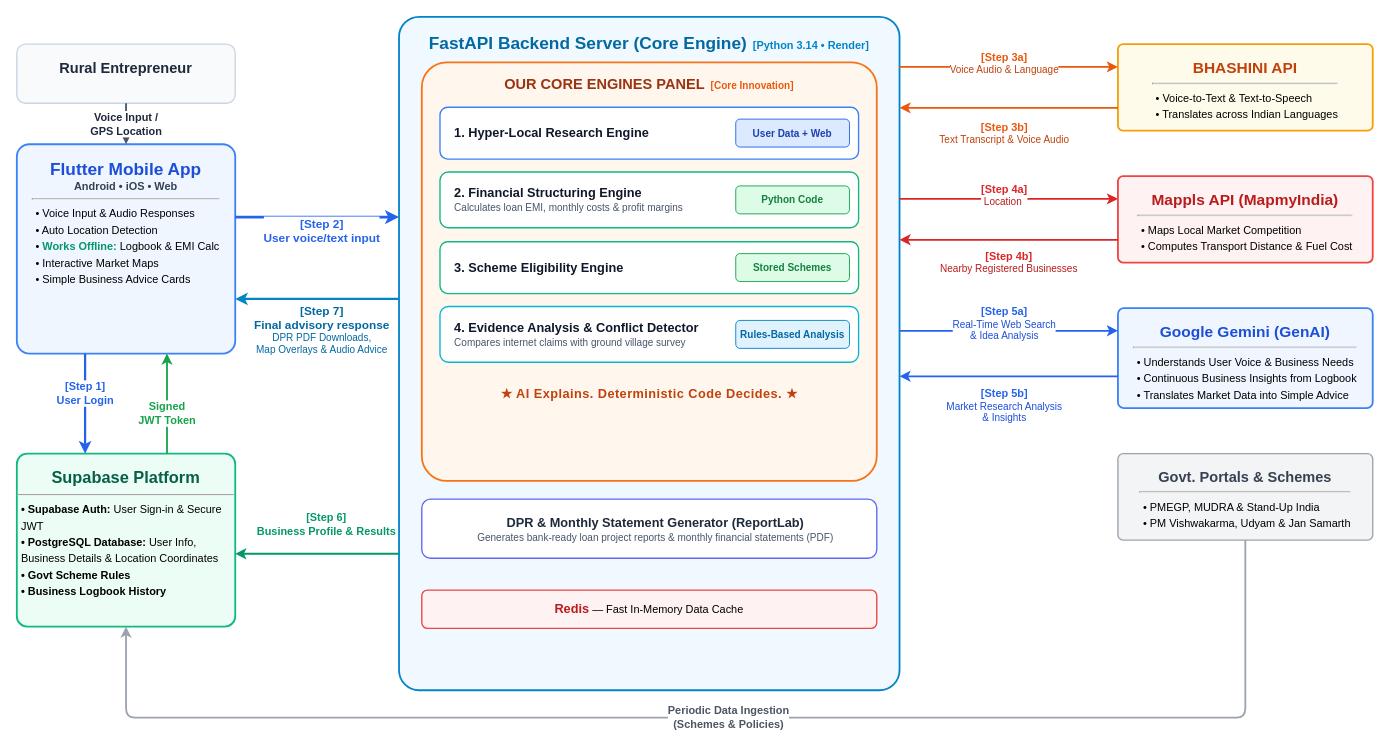
Above: docs/vyapar_mitra_flow.drawio.xml in S-H-R-I-A-N-S-H/VYAPAR-MITRA (draw.io), before the change. Source tidied: cells renumbered, new cells numbered last; positions are measured from the earlier drawing's top-left corner, leaving out a move shared by most shapes. Both pictures are drawn from the tidied source at 91%, with x=0, y=0 at pixel (16, 16).
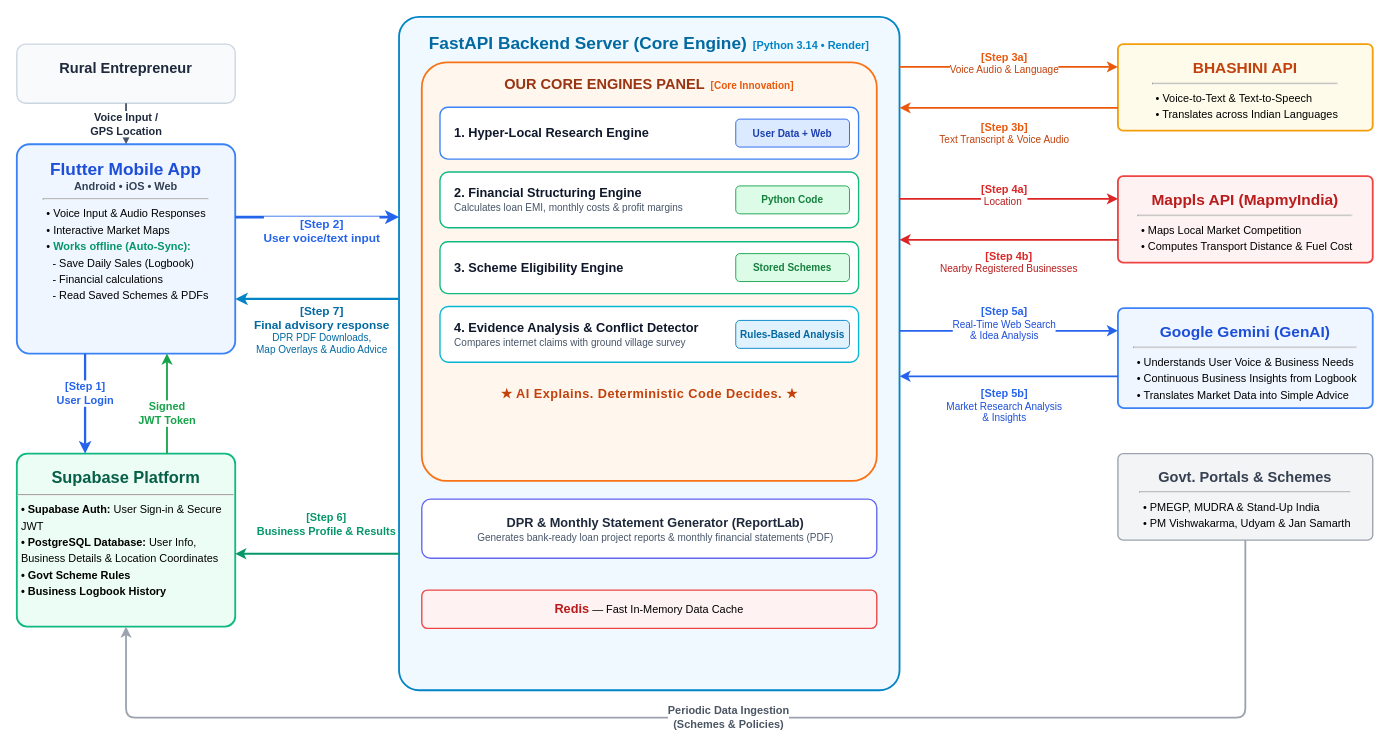
Above is the later version.

Commit message:
made changes in the flutter box

Change to the diagram source:
```diff
@@
-    <mxCell id="3" value="&lt;b style=&quot;font-size: 19px; color: rgb(29, 78, 216);&quot;&gt;Flutter Mobile App&lt;/b&gt;&lt;br&gt;&lt;span style=&quot;font-size: 12px; color: rgb(51, 65, 85); font-weight: 600;&quot;&gt;Android • iOS • Web&lt;/span&gt;&lt;hr&gt;&lt;div style=&quot;text-align: left; font-size: 12px; line-height: 1.5; padding-left: 4px;&quot;&gt;• Voice Input &amp;amp; Audio Responses&lt;br&gt;• Auto Location Detection&lt;br&gt;• &lt;b style=&quot;color: rgb(5, 150, 105);&quot;&gt;Works Offline:&lt;/b&gt; Logbook &amp;amp; EMI Calc&lt;br&gt;• Interactive Market Maps&lt;br&gt;• Simple Business Advice Cards&lt;/div&gt;" style="rounded=1;whiteSpace=wrap;html=1;fillColor=#EFF6FF;strokeColor=#3B82F6;strokeWidth=2;verticalAlign=top;spacingTop=10;arcSize=6;" parent="1" vertex="1">
+    <mxCell id="3" value="&lt;b style=&quot;font-size: 19px; color: rgb(29, 78, 216);&quot;&gt;Flutter Mobile App&lt;/b&gt;&lt;br&gt;&lt;span style=&quot;font-size: 12px; color: rgb(51, 65, 85); font-weight: 600;&quot;&gt;Android • iOS • Web&lt;/span&gt;&lt;hr&gt;&lt;div style=&quot;text-align: left; font-size: 12px; line-height: 1.5; padding-left: 4px;&quot;&gt;• Voice Input &amp;amp; Audio Responses&lt;br&gt;• Interactive Market Maps&lt;br&gt;• &lt;b style=&quot;color: rgb(5, 150, 105);&quot;&gt;Works offline (Auto-Sync):&lt;/b&gt;&lt;br&gt;&amp;nbsp;&amp;nbsp;- Save Daily Sales (Logbook)&lt;br&gt;&amp;nbsp;&amp;nbsp;- Financial calculations&lt;br&gt;&amp;nbsp;&amp;nbsp;- Read Saved Schemes &amp;amp; PDFs&lt;/div&gt;" style="rounded=1;whiteSpace=wrap;html=1;fillColor=#EFF6FF;strokeColor=#3B82F6;strokeWidth=2;verticalAlign=top;spacingTop=10;arcSize=6;" parent="1" vertex="1">
       <mxGeometry y="140" width="240" height="230" as="geometry" />
     </mxCell>
```
